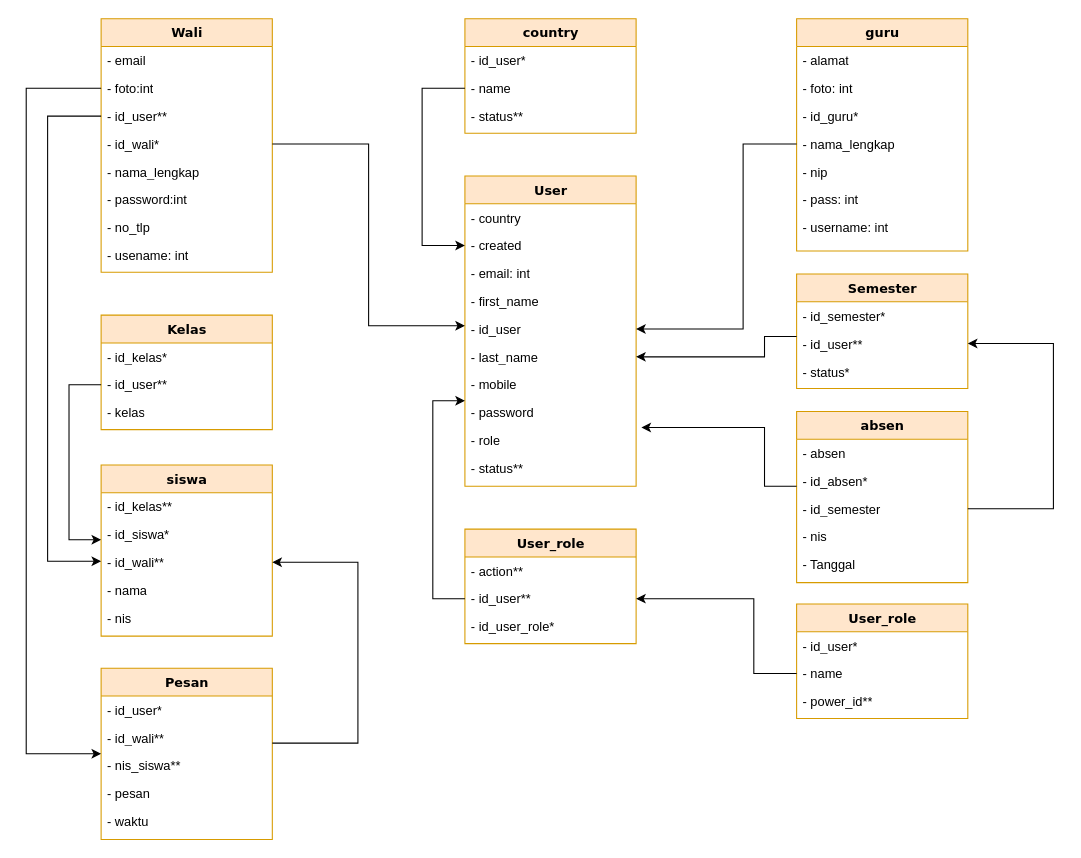
tamamhuda/Aplikasi-Presensi keeps this draw.io diagram as Untitled Diagram.drawio. Above is the earlier version. Source tidied: cells renumbered, new cells numbered last; positions are measured from the earlier drawing's top-left corner, leaving out a move shared by most shapes. Both pictures are drawn from the tidied source at 107%, with x=0, y=0 at pixel (26, 18).
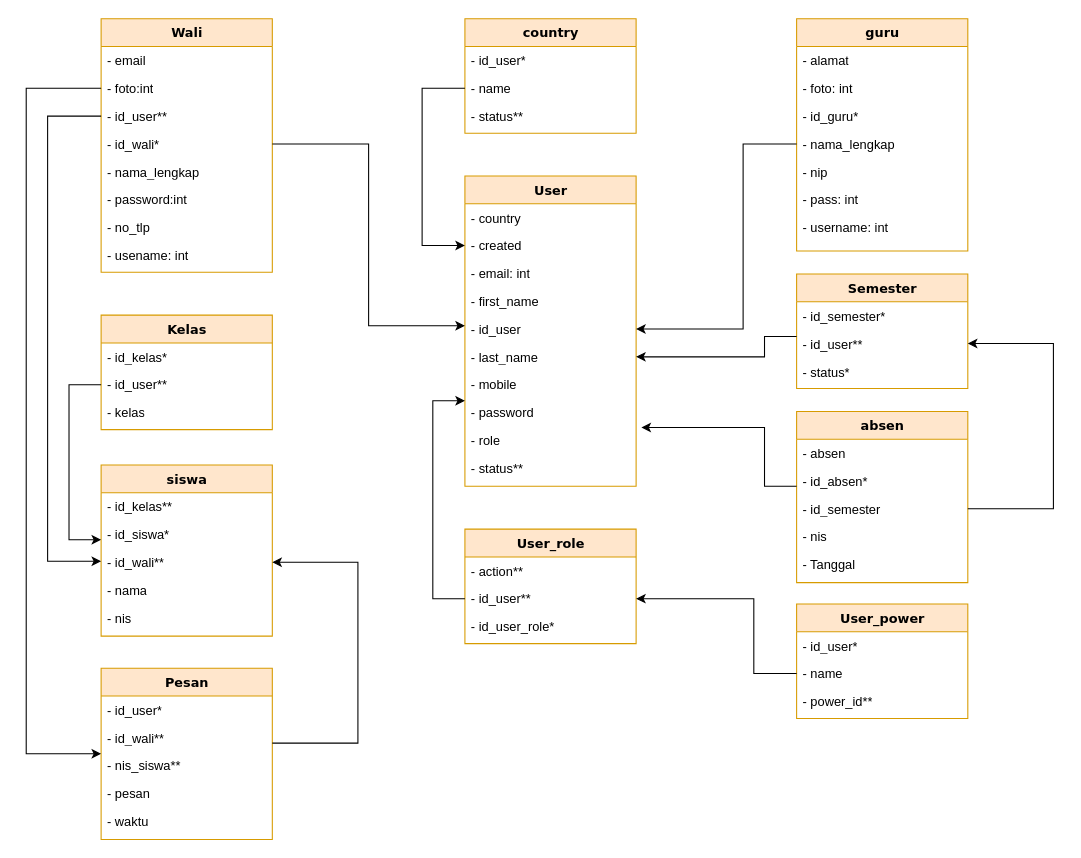
After the change.

What changed in the source:
```diff
@@
-    <mxCell id="75" value="User_role" style="swimlane;html=1;fontStyle=1;align=center;verticalAlign=top;horizontal=1;startSize=26;swimlaneFillColor=#ffffff;rounded=0;shadow=0;comic=0;labelBackgroundColor=none;strokeWidth=1;fillColor=#ffe6cc;fontFamily=Verdana;fontSize=12;strokeColor=#d79b00;" parent="1" vertex="1">
+    <mxCell id="75" value="User_power" style="swimlane;html=1;fontStyle=1;align=center;verticalAlign=top;horizontal=1;startSize=26;swimlaneFillColor=#ffffff;rounded=0;shadow=0;comic=0;labelBackgroundColor=none;strokeWidth=1;fillColor=#ffe6cc;fontFamily=Verdana;fontSize=12;strokeColor=#d79b00;" parent="1" vertex="1">
       <mxGeometry x="720" y="547" width="160" height="107" as="geometry" />
     </mxCell>
```
